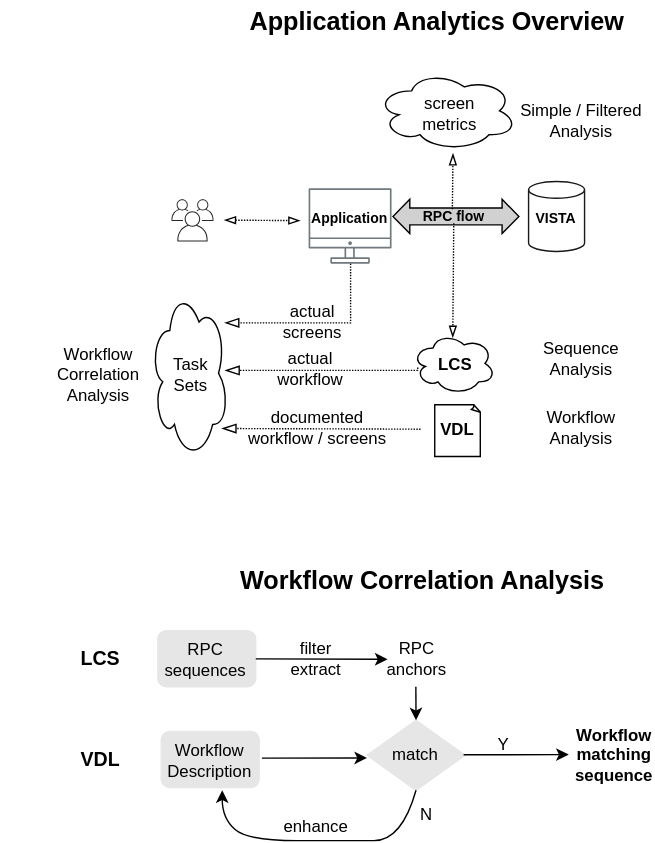
Above: vaa-analyses.svg in cloudvista/vaa (draw.io), before the change. Source tidied: cells renumbered, new cells last; positions are measured from the earlier drawing's top-left corner, leaving out a move shared by most shapes.
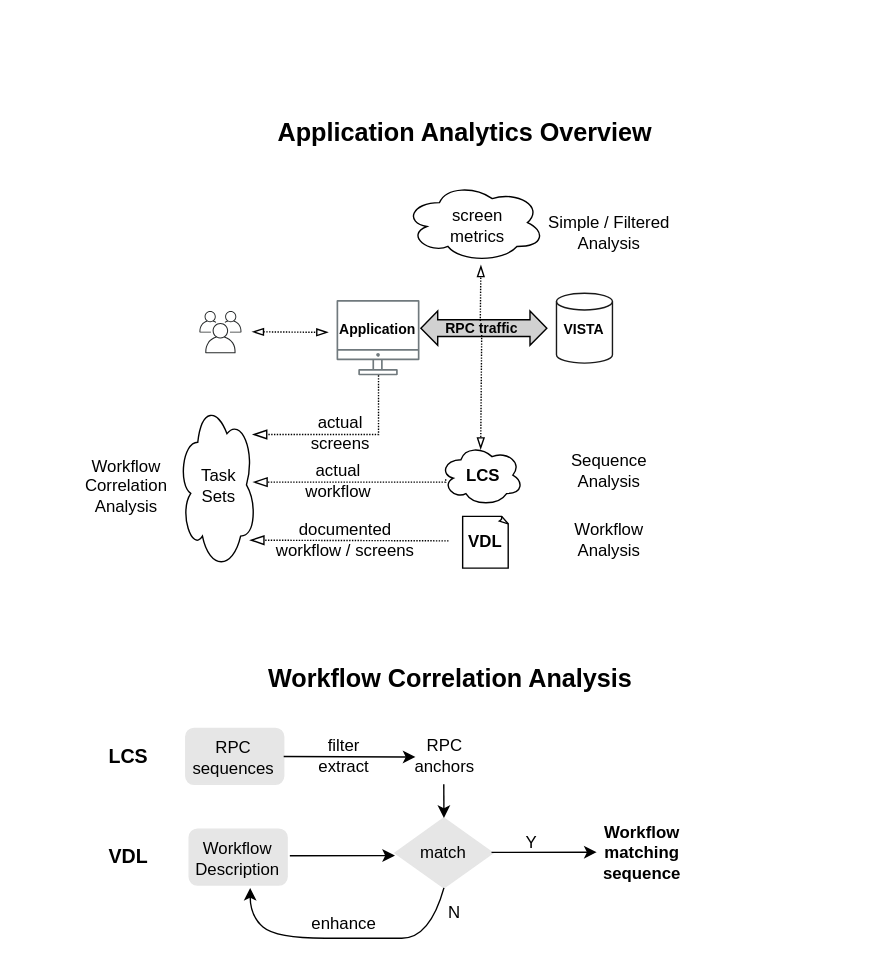
The same diagram one commit later.

What changed in the source:
```diff
@@ -2,14 +2,17 @@
   <root>
     <mxCell id="0" />
     <mxCell id="1" parent="0" />
+    <mxCell id="53" style="rounded=1;whiteSpace=wrap;html=1;strokeColor=none;" parent="1" vertex="1">
+      <mxGeometry x="-20" y="-80" width="620" height="690" as="geometry" />
+    </mxCell>
     <mxCell id="2" style="ellipse;shape=cloud;whiteSpace=wrap;html=1;shadow=0;sketch=0;fillStyle=solid;strokeColor=default;strokeWidth=1;fontSize=10;fillColor=none;gradientColor=none;" parent="1" vertex="1">
       <mxGeometry x="268.4" y="50" width="100.5" height="57" as="geometry" />
     </mxCell>
     <mxCell id="3" style="rounded=1;whiteSpace=wrap;html=1;strokeColor=#E6E6E6;fillColor=#E6E6E6;" parent="1" vertex="1">
-      <mxGeometry x="114.7" y="522" width="70" height="40" as="geometry" />
+      <mxGeometry x="114.7" y="512" width="70" height="40" as="geometry" />
     </mxCell>
     <mxCell id="4" style="rounded=1;whiteSpace=wrap;html=1;strokeColor=#E6E6E6;fillColor=#E6E6E6;" parent="1" vertex="1">
-      <mxGeometry x="112.2" y="450" width="70" height="40" as="geometry" />
+      <mxGeometry x="112.2" y="440" width="70" height="40" as="geometry" />
     </mxCell>
     <mxCell id="5" style="ellipse;shape=cloud;whiteSpace=wrap;html=1;shadow=0;sketch=0;fillStyle=solid;strokeColor=default;strokeWidth=1;fontSize=10;fillColor=none;gradientColor=none;" parent="1" vertex="1">
       <mxGeometry x="294" y="237" width="59.4" height="44" as="geometry" />
@@ -23,7 +26,7 @@
     <mxCell id="8" style="html=1;shadow=0;dashed=0;align=center;verticalAlign=middle;shape=mxgraph.arrows2.twoWayArrow;dy=0.51;dx=12.03;fillColor=#D1D1D1;" parent="1" vertex="1">
       <mxGeometry x="280.3" y="141.8" width="90" height="24.5" as="geometry" />
     </mxCell>
-    <mxCell id="9" value="RPC flow" style="text;strokeColor=none;align=center;fillColor=none;html=1;verticalAlign=middle;whiteSpace=wrap;rounded=0;fontSize=10;fontStyle=1;" parent="1" vertex="1">
+    <mxCell id="9" value="RPC traffic" style="text;strokeColor=none;align=center;fillColor=none;html=1;verticalAlign=middle;whiteSpace=wrap;rounded=0;fontSize=10;fontStyle=1;" parent="1" vertex="1">
       <mxGeometry x="293.7" y="148.9" width="60" height="10" as="geometry" />
     </mxCell>
     <mxCell id="10" value="&lt;b&gt;LCS&lt;/b&gt;" style="text;strokeColor=none;align=center;fillColor=none;html=1;verticalAlign=middle;whiteSpace=wrap;rounded=0;" parent="1" vertex="1">
@@ -86,74 +89,71 @@
         <mxPoint x="214" y="157" as="targetPoint" />
       </mxGeometry>
     </mxCell>
-    <mxCell id="26" style="rounded=1;whiteSpace=wrap;html=1;strokeColor=none;" parent="1" vertex="1">
-      <mxGeometry y="110" width="40" height="30" as="geometry" />
-    </mxCell>
     <mxCell id="27" value="&lt;br&gt;Workflow&lt;br&gt;Description&amp;nbsp;" style="text;strokeColor=none;align=center;fillColor=none;html=1;verticalAlign=middle;whiteSpace=wrap;rounded=0;" parent="1" vertex="1">
-      <mxGeometry x="128.2" y="525.6" width="43" height="20.9" as="geometry" />
+      <mxGeometry x="128.2" y="515.6" width="43" height="20.9" as="geometry" />
     </mxCell>
     <mxCell id="28" value="&lt;b&gt;Workflow matching&amp;nbsp;&lt;br&gt;sequence&lt;/b&gt;" style="text;strokeColor=none;align=center;fillColor=none;html=1;verticalAlign=middle;whiteSpace=wrap;rounded=0;" parent="1" vertex="1">
-      <mxGeometry x="417.3" y="528.6" width="43" height="20.9" as="geometry" />
+      <mxGeometry x="417.3" y="518.6" width="43" height="20.9" as="geometry" />
     </mxCell>
     <mxCell id="29" style="rhombus;whiteSpace=wrap;html=1;strokeColor=#E6E6E6;fillColor=#E6E6E6;" parent="1" vertex="1">
-      <mxGeometry x="261.7" y="514" width="70" height="50" as="geometry" />
+      <mxGeometry x="261.7" y="504" width="70" height="50" as="geometry" />
     </mxCell>
     <mxCell id="30" value="match" style="text;strokeColor=none;align=center;fillColor=none;html=1;verticalAlign=middle;whiteSpace=wrap;rounded=0;" parent="1" vertex="1">
-      <mxGeometry x="275.2" y="528.6" width="43" height="20.9" as="geometry" />
+      <mxGeometry x="275.2" y="518.6" width="43" height="20.9" as="geometry" />
     </mxCell>
     <mxCell id="31" style="edgeStyle=none;html=1;entryX=0;entryY=0.5;entryDx=0;entryDy=0;" parent="1" edge="1">
       <mxGeometry relative="1" as="geometry">
-        <mxPoint x="186.6" y="541" as="sourcePoint" />
-        <mxPoint x="261.7" y="540.9" as="targetPoint" />
+        <mxPoint x="186.6" y="531" as="sourcePoint" />
+        <mxPoint x="261.7" y="530.9" as="targetPoint" />
       </mxGeometry>
     </mxCell>
     <mxCell id="32" style="edgeStyle=none;html=1;entryX=0.5;entryY=0;entryDx=0;entryDy=0;" parent="1" edge="1" target="29">
       <mxGeometry relative="1" as="geometry">
-        <mxPoint x="296.6" y="490" as="sourcePoint" />
+        <mxPoint x="296.6" y="480" as="sourcePoint" />
       </mxGeometry>
     </mxCell>
     <mxCell id="33" style="edgeStyle=none;html=1;entryX=0;entryY=0.5;entryDx=0;entryDy=0;" parent="1" edge="1">
       <mxGeometry relative="1" as="geometry">
-        <mxPoint x="330.7" y="538.6" as="sourcePoint" />
-        <mxPoint x="405.9" y="538.5" as="targetPoint" />
+        <mxPoint x="330.7" y="528.6" as="sourcePoint" />
+        <mxPoint x="405.9" y="528.5" as="targetPoint" />
       </mxGeometry>
     </mxCell>
     <mxCell id="34" value="Y" style="text;strokeColor=none;align=center;fillColor=none;html=1;verticalAlign=middle;whiteSpace=wrap;rounded=0;" parent="1" vertex="1">
-      <mxGeometry x="337.8" y="522" width="43" height="20.9" as="geometry" />
+      <mxGeometry x="337.8" y="512" width="43" height="20.9" as="geometry" />
     </mxCell>
     <mxCell id="35" value="RPC sequences" style="text;strokeColor=none;align=center;fillColor=none;html=1;verticalAlign=middle;whiteSpace=wrap;rounded=0;" parent="1" vertex="1">
-      <mxGeometry x="125.2" y="461" width="43" height="20.9" as="geometry" />
+      <mxGeometry x="125.2" y="451" width="43" height="20.9" as="geometry" />
     </mxCell>
     <mxCell id="36" value="filter&lt;br&gt;extract" style="text;strokeColor=none;align=center;fillColor=none;html=1;verticalAlign=middle;whiteSpace=wrap;rounded=0;" parent="1" vertex="1">
-      <mxGeometry x="204.1" y="460" width="43" height="20.9" as="geometry" />
+      <mxGeometry x="204.1" y="450" width="43" height="20.9" as="geometry" />
     </mxCell>
     <mxCell id="37" value="RPC anchors" style="text;strokeColor=none;align=center;fillColor=none;html=1;verticalAlign=middle;whiteSpace=wrap;rounded=0;" parent="1" vertex="1">
-      <mxGeometry x="276.4" y="460" width="43" height="20.9" as="geometry" />
+      <mxGeometry x="276.4" y="450" width="43" height="20.9" as="geometry" />
     </mxCell>
     <mxCell id="38" style="edgeStyle=none;html=1;entryX=0;entryY=0.5;entryDx=0;entryDy=0;startArrow=none;" parent="1" edge="1" target="37">
       <mxGeometry relative="1" as="geometry">
-        <mxPoint x="182.2" y="470.1" as="sourcePoint" />
+        <mxPoint x="182.2" y="460.1" as="sourcePoint" />
       </mxGeometry>
     </mxCell>
     <mxCell id="39" value="enhance" style="text;strokeColor=none;align=center;fillColor=none;html=1;verticalAlign=middle;whiteSpace=wrap;rounded=0;" parent="1" vertex="1">
-      <mxGeometry x="204.1" y="580" width="43" height="20.9" as="geometry" />
+      <mxGeometry x="204.1" y="570" width="43" height="20.9" as="geometry" />
     </mxCell>
     <mxCell id="40" style="curved=1;endArrow=classic;html=1;exitX=0.5;exitY=1;exitDx=0;exitDy=0;" parent="1" edge="1" source="29">
       <mxGeometry relative="1" as="geometry">
-        <mxPoint x="158.3" y="564" as="targetPoint" />
+        <mxPoint x="158.3" y="554" as="targetPoint" />
         <Array as="points">
-          <mxPoint x="286.6" y="600" />
-          <mxPoint x="246.6" y="600" />
-          <mxPoint x="176.6" y="600" />
-          <mxPoint x="158.3" y="584" />
+          <mxPoint x="286.6" y="590" />
+          <mxPoint x="246.6" y="590" />
+          <mxPoint x="176.6" y="590" />
+          <mxPoint x="158.3" y="574" />
         </Array>
       </mxGeometry>
     </mxCell>
     <mxCell id="41" value="N" style="text;strokeColor=none;align=center;fillColor=none;html=1;verticalAlign=middle;whiteSpace=wrap;rounded=0;" parent="1" vertex="1">
-      <mxGeometry x="282.6" y="571.1" width="43" height="20.9" as="geometry" />
+      <mxGeometry x="282.6" y="561.1" width="43" height="20.9" as="geometry" />
     </mxCell>
     <mxCell id="42" value="&lt;b&gt;&lt;font style=&quot;font-size: 18px;&quot;&gt;Workflow Correlation Analysis&lt;/font&gt;&lt;/b&gt;" style="text;strokeColor=none;align=center;fillColor=none;html=1;verticalAlign=middle;whiteSpace=wrap;rounded=0;" parent="1" vertex="1">
-      <mxGeometry x="162.6" y="400" width="276.8" height="29.1" as="geometry" />
+      <mxGeometry x="162.6" y="390" width="276.8" height="29.1" as="geometry" />
     </mxCell>
     <mxCell id="43" value="Sequence&lt;br&gt;Analysis" style="text;strokeColor=none;align=center;fillColor=none;html=1;verticalAlign=middle;whiteSpace=wrap;rounded=0;" parent="1" vertex="1">
       <mxGeometry x="384.9" y="241" width="60" height="30" as="geometry" />
@@ -182,10 +182,10 @@
       </mxGeometry>
     </mxCell>
     <mxCell id="48" value="&lt;b&gt;&lt;font style=&quot;font-size: 14px;&quot;&gt;LCS&lt;/font&gt;&lt;/b&gt;" style="text;strokeColor=none;align=center;fillColor=none;html=1;verticalAlign=middle;whiteSpace=wrap;rounded=0;" parent="1" vertex="1">
-      <mxGeometry x="50" y="459.6" width="43" height="20.9" as="geometry" />
+      <mxGeometry x="50" y="449.6" width="43" height="20.9" as="geometry" />
     </mxCell>
     <mxCell id="49" value="&lt;b&gt;&lt;font style=&quot;font-size: 14px;&quot;&gt;VDL&lt;/font&gt;&lt;/b&gt;" style="text;strokeColor=none;align=center;fillColor=none;html=1;verticalAlign=middle;whiteSpace=wrap;rounded=0;" parent="1" vertex="1">
-      <mxGeometry x="50" y="531.6" width="43" height="20.9" as="geometry" />
+      <mxGeometry x="50" y="521.6" width="43" height="20.9" as="geometry" />
     </mxCell>
     <mxCell id="50" value="actual &lt;br&gt;workflow" style="text;strokeColor=none;align=center;fillColor=none;html=1;verticalAlign=middle;whiteSpace=wrap;rounded=0;" parent="1" vertex="1">
       <mxGeometry x="201" y="252" width="40.9" height="21" as="geometry" />
```
